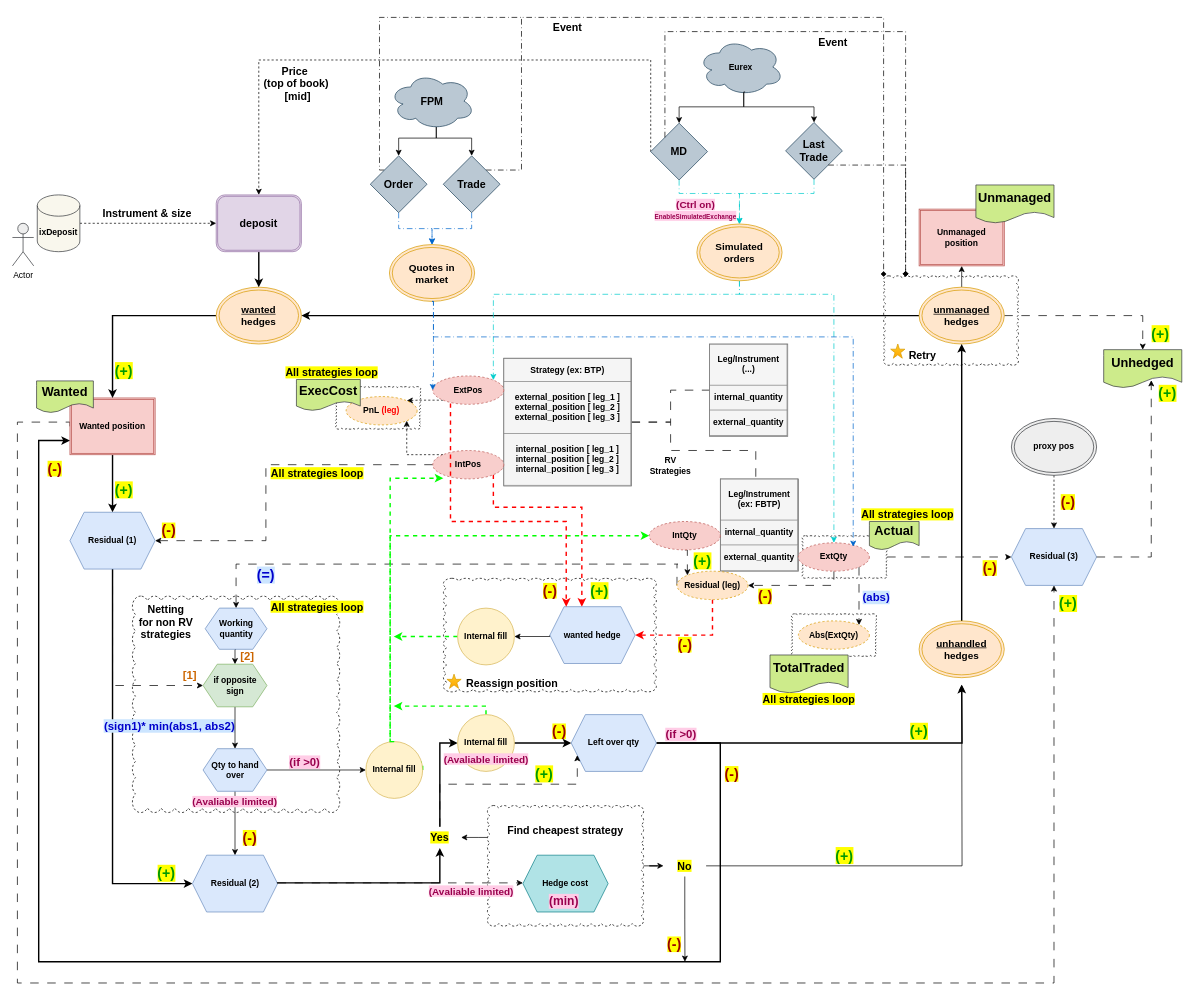
yhudev/books keeps this draw.io diagram as page "Instrument position" (3 of 3) of Diagramme sans nom.drawio. Above is the earlier version. Source tidied: cells renumbered, new cells numbered last; positions are measured from the earlier drawing's top-left corner, leaving out a move shared by most shapes. Both pictures are drawn from the tidied source at 71%, with x=0, y=0 at pixel (12, 16).
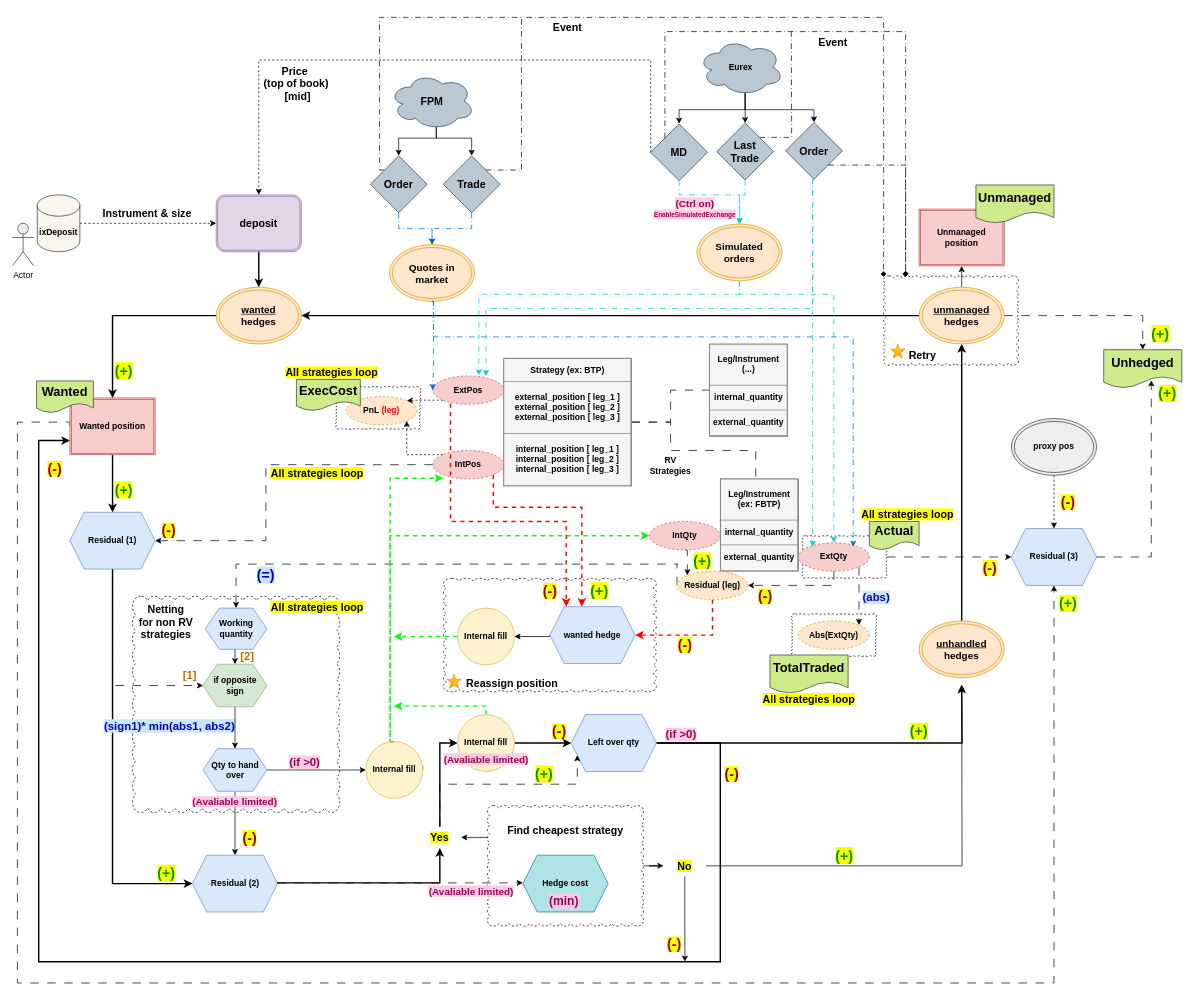
Above is the later version.

Commit message:
Mettre à jour Diagramme sans nom.drawio

The change refers to these unchanged cells:
```xml
<mxCell id="36" value="Eurex" style="ellipse;shape=cloud;whiteSpace=wrap;html=1;fillColor=#bac8d3;strokeColor=#23445d;fontStyle=1;" parent="1" vertex="1">
  <mxGeometry x="966" y="32" width="120" height="80" as="geometry" />
</mxCell>
<mxCell id="61" value="&lt;b&gt;ExtPos&lt;/b&gt;" style="ellipse;whiteSpace=wrap;html=1;align=center;dashed=1;fillColor=#f8cecc;strokeColor=#b85450;" parent="1" vertex="1">
  <mxGeometry x="592" y="507" width="100" height="40" as="geometry" />
</mxCell>
<mxCell id="72" value="&lt;b&gt;ExtQty&lt;/b&gt;" style="ellipse;whiteSpace=wrap;html=1;align=center;dashed=1;fillColor=#f8cecc;strokeColor=#b85450;" parent="1" vertex="1">
  <mxGeometry x="1107" y="742" width="100" height="40" as="geometry" />
</mxCell>
<mxCell id="117" value="&lt;b&gt;Simulated orders&lt;/b&gt;" style="ellipse;shape=doubleEllipse;whiteSpace=wrap;html=1;fillColor=#ffe6cc;strokeColor=#d79b00;fontSize=14;" parent="1" vertex="1">
  <mxGeometry x="964" y="293" width="120" height="80" as="geometry" />
</mxCell>
```

Change to the diagram source:
```diff
@@
-    <mxCell id="35" style="edgeStyle=orthogonalEdgeStyle;rounded=0;jettySize=auto;html=1;exitX=0.55;exitY=0.95;exitDx=0;exitDy=0;exitPerimeter=0;" parent="1" edge="1" target="47">
-      <mxGeometry relative="1" as="geometry">
-        <mxPoint x="1032" y="107" as="sourcePoint" />
-        <Array as="points">
-          <mxPoint x="1030" y="128" />
-          <mxPoint x="1129" y="128" />
-        </Array>
-      </mxGeometry>
-    </mxCell>
+    <mxCell id="169" style="edgeStyle=orthogonalEdgeStyle;rounded=0;jettySize=auto;html=1;exitX=0.55;exitY=0.95;exitDx=0;exitDy=0;exitPerimeter=0;entryX=0.5;entryY=0;entryDx=0;entryDy=0;" parent="1" edge="1" source="36" target="42">
+      <mxGeometry relative="1" as="geometry" />
+    </mxCell>
+    <mxCell id="170" style="edgeStyle=orthogonalEdgeStyle;rounded=0;jettySize=auto;html=1;exitX=0.55;exitY=0.95;exitDx=0;exitDy=0;exitPerimeter=0;entryX=0.5;entryY=0;entryDx=0;entryDy=0;" parent="1" edge="1" source="36" target="174">
+      <mxGeometry relative="1" as="geometry" />
+    </mxCell>
+    <mxCell id="171" style="edgeStyle=orthogonalEdgeStyle;rounded=0;jettySize=auto;html=1;exitX=0.55;exitY=0.95;exitDx=0;exitDy=0;exitPerimeter=0;entryX=0.5;entryY=0;entryDx=0;entryDy=0;" parent="1" edge="1" source="36" target="47">
+      <mxGeometry relative="1" as="geometry">
+        <Array as="points">
+          <mxPoint x="1032" y="132" />
+          <mxPoint x="1129" y="132" />
+        </Array>
+      </mxGeometry>
+    </mxCell>
@@
-    <mxCell id="40" style="edgeStyle=orthogonalEdgeStyle;rounded=0;jettySize=auto;html=1;entryX=1;entryY=0;entryDx=0;entryDy=0;dashed=1;dashPattern=8 4 1 4;strokeColor=#00CCCC;" parent="1" edge="1" source="117" target="61">
+    <mxCell id="40" style="edgeStyle=orthogonalEdgeStyle;rounded=0;jettySize=auto;html=1;dashed=1;dashPattern=8 4 1 4;strokeColor=#00CCCC;entryX=0.65;entryY=-0.021;entryDx=0;entryDy=0;entryPerimeter=0;" parent="1" edge="1" source="117" target="61">
       <mxGeometry relative="1" as="geometry">
         <Array as="points">
           <mxPoint x="1024" y="392" />
-          <mxPoint x="677" y="392" />
+          <mxPoint x="657" y="392" />
         </Array>
       </mxGeometry>
     </mxCell>
     <mxCell id="41" style="edgeStyle=orthogonalEdgeStyle;rounded=0;jettySize=auto;html=1;exitX=0.5;exitY=1;exitDx=0;exitDy=0;entryX=0.5;entryY=0;entryDx=0;entryDy=0;dashed=1;dashPattern=8 4 1 4;strokeColor=#00CCCC;" parent="1" edge="1" source="42" target="117">
       <mxGeometry relative="1" as="geometry">
         <Array as="points">
-          <mxPoint x="939" y="250" />
-          <mxPoint x="1024" y="250" />
+          <mxPoint x="939" y="252" />
+          <mxPoint x="1024" y="252" />
         </Array>
       </mxGeometry>
     </mxCell>
     <mxCell id="42" value="&lt;b&gt;&lt;font style=&quot;font-size: 15px;&quot;&gt;MD&lt;/font&gt;&lt;/b&gt;" style="rhombus;whiteSpace=wrap;html=1;fillColor=#bac8d3;strokeColor=#23445d;" parent="1" vertex="1">
-      <mxGeometry x="899" y="151" width="80" height="80" as="geometry" />
+      <mxGeometry x="899" y="152" width="80" height="80" as="geometry" />
     </mxCell>
@@
-    <mxCell id="46" style="edgeStyle=orthogonalEdgeStyle;rounded=0;jettySize=auto;html=1;exitX=0.5;exitY=1;exitDx=0;exitDy=0;entryX=0.5;entryY=0;entryDx=0;entryDy=0;strokeColor=#00CCCC;dashed=1;dashPattern=8 4 1 4;" parent="1" edge="1" source="47" target="117">
-      <mxGeometry relative="1" as="geometry">
-        <Array as="points">
-          <mxPoint x="1129" y="250" />
-          <mxPoint x="1024" y="250" />
-        </Array>
-      </mxGeometry>
-    </mxCell>
-    <mxCell id="47" value="&lt;b&gt;&lt;font style=&quot;font-size: 15px;&quot;&gt;Last&lt;/font&gt;&lt;/b&gt;&lt;div&gt;&lt;b&gt;&lt;font style=&quot;font-size: 15px;&quot;&gt;Trade&lt;/font&gt;&lt;/b&gt;&lt;/div&gt;" style="rhombus;whiteSpace=wrap;html=1;fillColor=#bac8d3;strokeColor=#23445d;" parent="1" vertex="1">
+    <mxCell id="47" value="&lt;span style=&quot;font-size: 15px;&quot;&gt;&lt;b&gt;Order&lt;/b&gt;&lt;/span&gt;" style="rhombus;whiteSpace=wrap;html=1;fillColor=#bac8d3;strokeColor=#23445d;" parent="1" vertex="1">
       <mxGeometry x="1089" y="150" width="80" height="80" as="geometry" />
     </mxCell>
@@
     <mxCell id="158" value="&lt;font style=&quot;font-size: 14px; color: rgb(153, 0, 77);&quot;&gt;&lt;span style=&quot;background-color: rgb(255, 204, 230);&quot;&gt;&lt;b style=&quot;&quot;&gt;(Ctrl on)&lt;/b&gt;&lt;/span&gt;&lt;/font&gt;&lt;div&gt;&lt;font style=&quot;color: rgb(153, 0, 77);&quot;&gt;&lt;span style=&quot;background-color: rgb(255, 204, 230);&quot;&gt;&lt;font color=&quot;#99004d&quot; style=&quot;font-size: 9px;&quot;&gt;&lt;b style=&quot;&quot;&gt;EnableSimulatedExchange&lt;/b&gt;&lt;/font&gt;&lt;/span&gt;&lt;/font&gt;&lt;/div&gt;" style="text;html=1;whiteSpace=wrap;strokeColor=none;fillColor=none;align=center;verticalAlign=middle;rounded=0;fontColor=#009900;" parent="1" vertex="1">
-      <mxGeometry x="893.8" y="258" width="136.5" height="30" as="geometry" />
+      <mxGeometry x="892.8" y="256" width="136.5" height="30" as="geometry" />
     </mxCell>
@@
-    <mxCell id="166" style="edgeStyle=orthogonalEdgeStyle;rounded=0;jettySize=auto;html=1;exitX=0.55;exitY=0.95;exitDx=0;exitDy=0;exitPerimeter=0;entryX=0.5;entryY=0;entryDx=0;entryDy=0;" parent="1" edge="1" target="42">
-      <mxGeometry relative="1" as="geometry">
-        <mxPoint x="1032" y="107" as="sourcePoint" />
-        <Array as="points">
-          <mxPoint x="1030" y="107" />
-          <mxPoint x="1030" y="128" />
-          <mxPoint x="939" y="128" />
-        </Array>
-      </mxGeometry>
-    </mxCell>
@@
+    <mxCell id="172" style="edgeStyle=orthogonalEdgeStyle;rounded=0;jettySize=auto;html=1;exitX=1;exitY=0;exitDx=0;exitDy=0;dashed=1;dashPattern=8 4 1 4;endArrow=none;endFill=0;" parent="1" edge="1" source="174">
+      <mxGeometry relative="1" as="geometry">
+        <mxPoint x="1097" y="22" as="targetPoint" />
+      </mxGeometry>
+    </mxCell>
+    <mxCell id="173" style="edgeStyle=orthogonalEdgeStyle;rounded=0;jettySize=auto;html=1;exitX=0.5;exitY=1;exitDx=0;exitDy=0;entryX=0.5;entryY=0;entryDx=0;entryDy=0;dashed=1;dashPattern=8 4 1 4;strokeColor=#00CCCC;" parent="1" edge="1" source="174" target="117">
+      <mxGeometry relative="1" as="geometry">
+        <Array as="points">
+          <mxPoint x="1032" y="252" />
+          <mxPoint x="1024" y="252" />
+        </Array>
+      </mxGeometry>
+    </mxCell>
+    <mxCell id="174" value="&lt;span style=&quot;font-size: 15px;&quot;&gt;&lt;b&gt;Last&lt;/b&gt;&lt;/span&gt;&lt;div&gt;&lt;span style=&quot;font-size: 15px;&quot;&gt;&lt;b&gt;Trade&lt;/b&gt;&lt;/span&gt;&lt;/div&gt;" style="rhombus;whiteSpace=wrap;html=1;fillColor=#bac8d3;strokeColor=#23445d;" parent="1" vertex="1">
+      <mxGeometry x="992" y="151" width="80" height="80" as="geometry" />
+    </mxCell>
+    <mxCell id="175" style="edgeStyle=orthogonalEdgeStyle;rounded=0;jettySize=auto;html=1;exitX=0.5;exitY=1;exitDx=0;exitDy=0;dashed=1;dashPattern=8 4 1 4;strokeColor=#00CCCC;entryX=0.196;entryY=0.139;entryDx=0;entryDy=0;entryPerimeter=0;" parent="1" edge="1" source="47" target="72">
+      <mxGeometry relative="1" as="geometry">
+        <Array as="points">
+          <mxPoint x="1127" y="230" />
+          <mxPoint x="1127" y="743" />
+        </Array>
+      </mxGeometry>
+    </mxCell>
+    <mxCell id="176" style="edgeStyle=orthogonalEdgeStyle;rounded=0;jettySize=auto;html=1;exitX=0.5;exitY=1;exitDx=0;exitDy=0;entryX=0.75;entryY=0;entryDx=0;entryDy=0;entryPerimeter=0;dashed=1;dashPattern=8 4 1 4;strokeColor=#00CCCC;" parent="1" edge="1" source="47" target="61">
+      <mxGeometry relative="1" as="geometry">
+        <Array as="points">
+          <mxPoint x="1127" y="230" />
+          <mxPoint x="1127" y="412" />
+          <mxPoint x="667" y="412" />
+        </Array>
+      </mxGeometry>
+    </mxCell>
```
